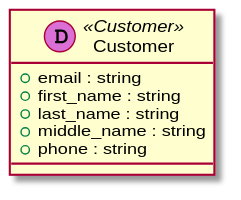
The PlantUML diagram demo/markdown/Backend/IdentityServer/IdentityServer/customersimple.svg in anz-bank/sysl-catalog, before a commit. Source of this version:
```plantuml
@startuml

class "Customer" as _0 << (D,orchid) Customer >> {
+ email : string
+ first_name : string
+ last_name : string
+ middle_name : string
+ phone : string
}
@enduml
```
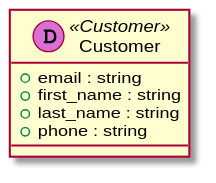
The same file after the commit.

Diff of the diagram source:
```diff
@@ -4,7 +4,6 @@
 + email : string
 + first_name : string
 + last_name : string
-+ middle_name : string
 + phone : string
 }
 @enduml
```
